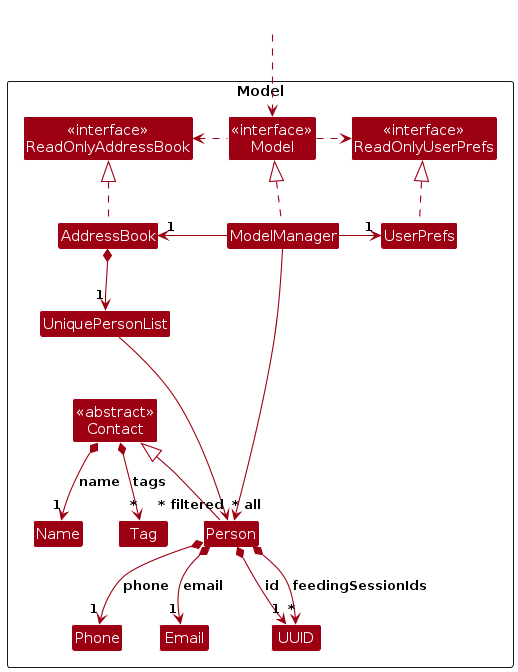
The PlantUML diagram diagrams/ModelPersonClassDiagram.png in AY2526S1-CS2103T-W14-3/tp, before a commit. Its source is kept beside it as diagrams/ModelPersonClassDiagram.puml.
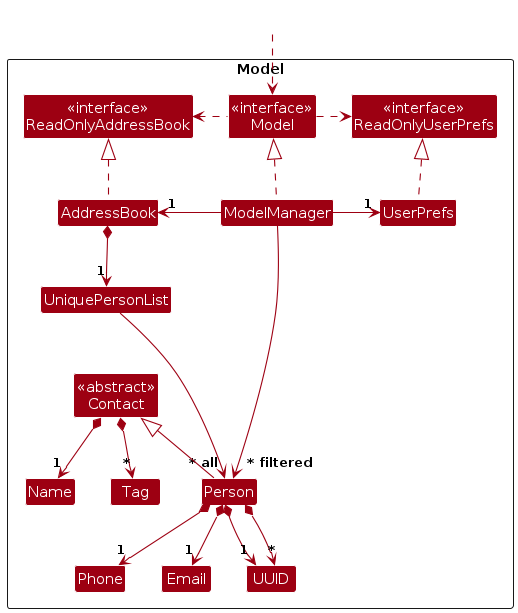
After the commit.

Change to the diagram source:
```diff
@@ -40,13 +40,13 @@
 UniquePersonList --> "~* all" Person
 
 Person -up-|> Contact
-Contact *--> "1" Name : name
-Contact *--> "*" Tag : tags
+Contact *--> "1" Name
+Contact *--> "*" Tag
 
-Person *--> "1" UUID : id
-Person *--> "1" Phone : phone
-Person *--> "1" Email : email
-Person *--> "*" UUID : feedingSessionIds
+Person *--> "1" UUID
+Person *--> "1" Phone
+Person *--> "1" Email
+Person *--> "*" UUID
 
 Person -[hidden]up--> I
 UniquePersonList -[hidden]right-> I
```
